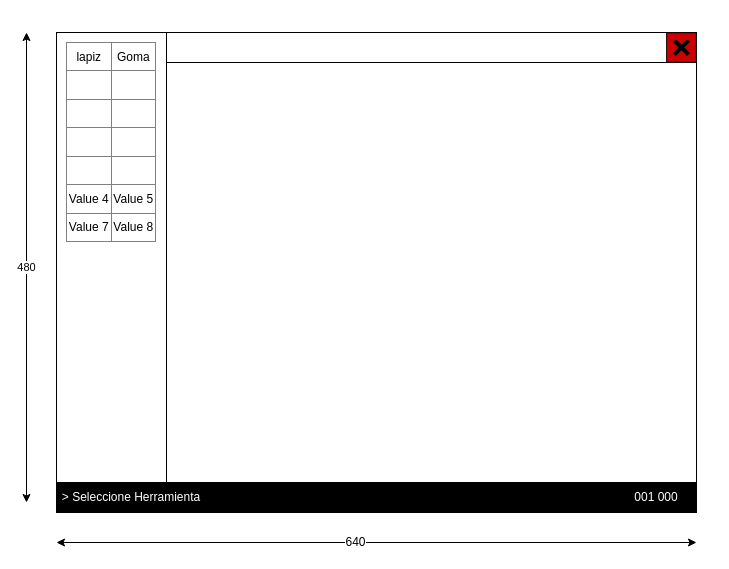
This is 8086/Interfaz.drawio from Lajs5257/Paint8086, a draw.io file, before an edit. Source tidied: cells renumbered, new cells numbered last; positions are measured from the earlier drawing's top-left corner, leaving out a move shared by most shapes. Both pictures are drawn from the tidied source at 100%, with x=0, y=0 at pixel (26, 26).
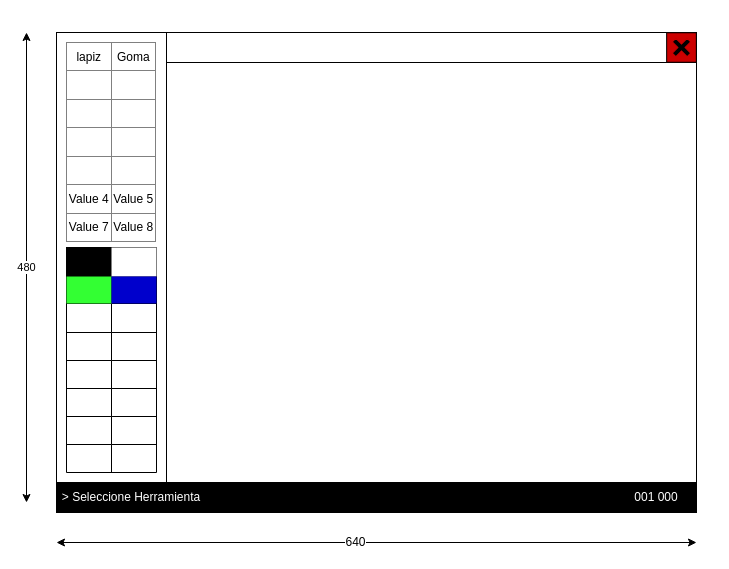
The same page after the edit.

What changed in the source:
```diff
@@
+    <mxCell id="13" style="shape=table;html=1;whiteSpace=wrap;startSize=0;childLayout=tableLayout;" parent="1" vertex="1">
+      <mxGeometry x="40" y="221" width="90" height="225" as="geometry" />
+    </mxCell>
+    <mxCell id="14" style="shape=partialRectangle;html=1;whiteSpace=wrap;fillColor=none;top=0;left=0;bottom=0;right=0;" parent="13" vertex="1">
+      <mxGeometry width="90" height="29" as="geometry" />
+    </mxCell>
+    <mxCell id="15" style="shape=partialRectangle;html=1;whiteSpace=wrap;overflow=hidden;top=0;left=0;bottom=0;right=0;fillColor=#000000;" parent="14" vertex="1">
+      <mxGeometry width="45" height="29" as="geometry" />
+    </mxCell>
+    <mxCell id="16" style="shape=partialRectangle;html=1;whiteSpace=wrap;overflow=hidden;top=0;left=0;bottom=0;right=0;fillColor=#FFFFFF;" parent="14" vertex="1">
+      <mxGeometry x="45" width="45" height="29" as="geometry" />
+    </mxCell>
+    <mxCell id="17" style="shape=partialRectangle;html=1;whiteSpace=wrap;fillColor=none;top=0;left=0;bottom=0;right=0;" parent="13" vertex="1">
+      <mxGeometry y="29" width="90" height="27" as="geometry" />
+    </mxCell>
+    <mxCell id="18" style="shape=partialRectangle;html=1;whiteSpace=wrap;overflow=hidden;top=0;left=0;bottom=0;right=0;fillColor=#33FF33;" parent="17" vertex="1">
+      <mxGeometry width="45" height="27" as="geometry" />
+    </mxCell>
+    <mxCell id="19" style="shape=partialRectangle;html=1;whiteSpace=wrap;overflow=hidden;top=0;left=0;bottom=0;right=0;fillColor=#0000CC;" parent="17" vertex="1">
+      <mxGeometry x="45" width="45" height="27" as="geometry" />
+    </mxCell>
+    <mxCell id="20" style="shape=partialRectangle;html=1;whiteSpace=wrap;fillColor=none;top=0;left=0;bottom=0;right=0;" parent="13" vertex="1">
+      <mxGeometry y="56" width="90" height="29" as="geometry" />
+    </mxCell>
+    <mxCell id="21" style="shape=partialRectangle;html=1;whiteSpace=wrap;overflow=hidden;fillColor=none;top=0;left=0;bottom=0;right=0;" parent="20" vertex="1">
+      <mxGeometry width="45" height="29" as="geometry" />
+    </mxCell>
+    <mxCell id="22" style="shape=partialRectangle;html=1;whiteSpace=wrap;overflow=hidden;fillColor=none;top=0;left=0;bottom=0;right=0;" parent="20" vertex="1">
+      <mxGeometry x="45" width="45" height="29" as="geometry" />
+    </mxCell>
+    <mxCell id="23" style="shape=partialRectangle;html=1;whiteSpace=wrap;fillColor=none;top=0;left=0;bottom=0;right=0;" parent="13" vertex="1">
+      <mxGeometry y="85" width="90" height="28" as="geometry" />
+    </mxCell>
+    <mxCell id="24" style="shape=partialRectangle;html=1;whiteSpace=wrap;overflow=hidden;fillColor=none;top=0;left=0;bottom=0;right=0;" parent="23" vertex="1">
+      <mxGeometry width="45" height="28" as="geometry" />
+    </mxCell>
+    <mxCell id="25" style="shape=partialRectangle;html=1;whiteSpace=wrap;overflow=hidden;fillColor=none;top=0;left=0;bottom=0;right=0;" parent="23" vertex="1">
+      <mxGeometry x="45" width="45" height="28" as="geometry" />
+    </mxCell>
+    <mxCell id="26" style="shape=partialRectangle;html=1;whiteSpace=wrap;fillColor=none;top=0;left=0;bottom=0;right=0;" parent="13" vertex="1">
+      <mxGeometry y="113" width="90" height="28" as="geometry" />
+    </mxCell>
+    <mxCell id="27" style="shape=partialRectangle;html=1;whiteSpace=wrap;overflow=hidden;fillColor=none;top=0;left=0;bottom=0;right=0;" parent="26" vertex="1">
+      <mxGeometry width="45" height="28" as="geometry" />
+    </mxCell>
+    <mxCell id="28" style="shape=partialRectangle;html=1;whiteSpace=wrap;overflow=hidden;fillColor=none;top=0;left=0;bottom=0;right=0;" parent="26" vertex="1">
+      <mxGeometry x="45" width="45" height="28" as="geometry" />
+    </mxCell>
+    <mxCell id="29" style="shape=partialRectangle;html=1;whiteSpace=wrap;fillColor=none;top=0;left=0;bottom=0;right=0;" parent="13" vertex="1">
+      <mxGeometry y="141" width="90" height="28" as="geometry" />
+    </mxCell>
+    <mxCell id="30" style="shape=partialRectangle;html=1;whiteSpace=wrap;overflow=hidden;fillColor=none;top=0;left=0;bottom=0;right=0;" parent="29" vertex="1">
+      <mxGeometry width="45" height="28" as="geometry" />
+    </mxCell>
+    <mxCell id="31" style="shape=partialRectangle;html=1;whiteSpace=wrap;overflow=hidden;fillColor=none;top=0;left=0;bottom=0;right=0;" parent="29" vertex="1">
+      <mxGeometry x="45" width="45" height="28" as="geometry" />
+    </mxCell>
+    <mxCell id="32" style="shape=partialRectangle;html=1;whiteSpace=wrap;fillColor=none;top=0;left=0;bottom=0;right=0;" parent="13" vertex="1">
+      <mxGeometry y="169" width="90" height="28" as="geometry" />
+    </mxCell>
+    <mxCell id="33" style="shape=partialRectangle;html=1;whiteSpace=wrap;overflow=hidden;fillColor=none;top=0;left=0;bottom=0;right=0;" parent="32" vertex="1">
+      <mxGeometry width="45" height="28" as="geometry" />
+    </mxCell>
+    <mxCell id="34" style="shape=partialRectangle;html=1;whiteSpace=wrap;overflow=hidden;fillColor=none;top=0;left=0;bottom=0;right=0;" parent="32" vertex="1">
+      <mxGeometry x="45" width="45" height="28" as="geometry" />
+    </mxCell>
+    <mxCell id="35" style="shape=partialRectangle;html=1;whiteSpace=wrap;fillColor=none;top=0;left=0;bottom=0;right=0;" parent="13" vertex="1">
+      <mxGeometry y="197" width="90" height="28" as="geometry" />
+    </mxCell>
+    <mxCell id="36" style="shape=partialRectangle;html=1;whiteSpace=wrap;overflow=hidden;fillColor=none;top=0;left=0;bottom=0;right=0;" parent="35" vertex="1">
+      <mxGeometry width="45" height="28" as="geometry" />
+    </mxCell>
+    <mxCell id="37" style="shape=partialRectangle;html=1;whiteSpace=wrap;overflow=hidden;fillColor=none;top=0;left=0;bottom=0;right=0;" parent="35" vertex="1">
+      <mxGeometry x="45" width="45" height="28" as="geometry" />
+    </mxCell>
```
